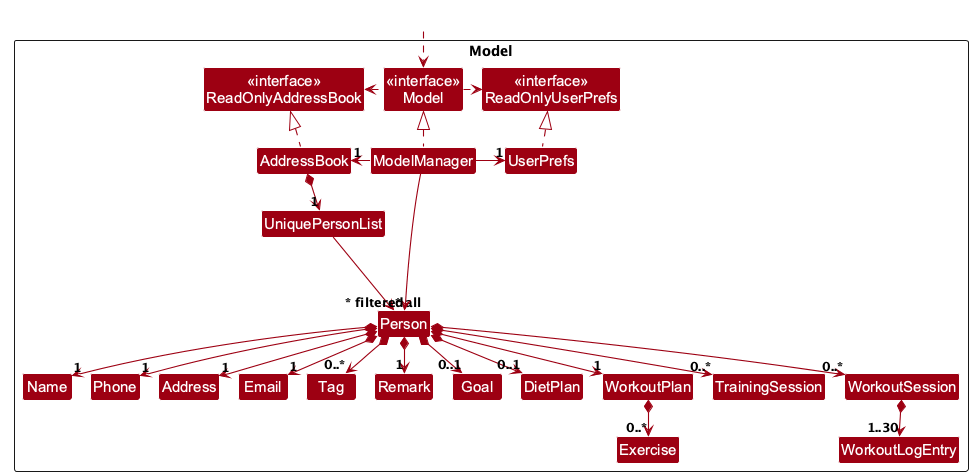
This is docs/images/ModelClassDiagram.png from AY2627S1-CS2103T-T14-1/tp, a PlantUML export, as it was before one commit. Source of this version:
```plantuml
@startuml
!pragma layout smetana
!include style.puml
skinparam arrowThickness 1.1
skinparam arrowColor MODEL_COLOR
skinparam classBackgroundColor MODEL_COLOR

Package Model as ModelPackage <<Rectangle>>{
Class "<<interface>>\nReadOnlyAddressBook" as ReadOnlyAddressBook
Class "<<interface>>\nReadOnlyUserPrefs" as ReadOnlyUserPrefs
Class "<<interface>>\nModel" as Model
Class AddressBook
Class ModelManager
Class UserPrefs

Class UniquePersonList
Class Person
Class Address
Class Email
Class Name
Class Phone
Class Tag
Class Remark
Class Goal
Class DietPlan
Class WorkoutPlan
Class Exercise
Class TrainingSession
Class WorkoutSession
Class WorkoutLogEntry

Class I #FFFFFF
}

Class HiddenOutside #FFFFFF
HiddenOutside ..> Model

AddressBook .up.|> ReadOnlyAddressBook

ModelManager .up.|> Model
Model .right.> ReadOnlyUserPrefs
Model .left.> ReadOnlyAddressBook
ModelManager -left-> "1" AddressBook
ModelManager -right-> "1" UserPrefs
UserPrefs .up.|> ReadOnlyUserPrefs

AddressBook *--> "1" UniquePersonList
UniquePersonList --> "~* all" Person
Person *--> "1" Name
Person *--> "1" Phone
Person *--> "1" Email
Person *--> "1" Address
Person *--> "1" Remark
Person *--> "0..1" Goal
Person *--> "0..1" DietPlan
Person *--> "1" WorkoutPlan
Person *--> "0..*" TrainingSession
Person *--> "0..*" WorkoutSession
Person *--> "0..*" Tag
WorkoutPlan *--> "0..*" Exercise
WorkoutSession *--> "1..30" WorkoutLogEntry

Person -[hidden]up--> I
UniquePersonList -[hidden]right-> I

Name -[hidden]right-> Phone
Phone -[hidden]right-> Address
Address -[hidden]right-> Email

ModelManager --> "~* filtered" Person
@enduml
```
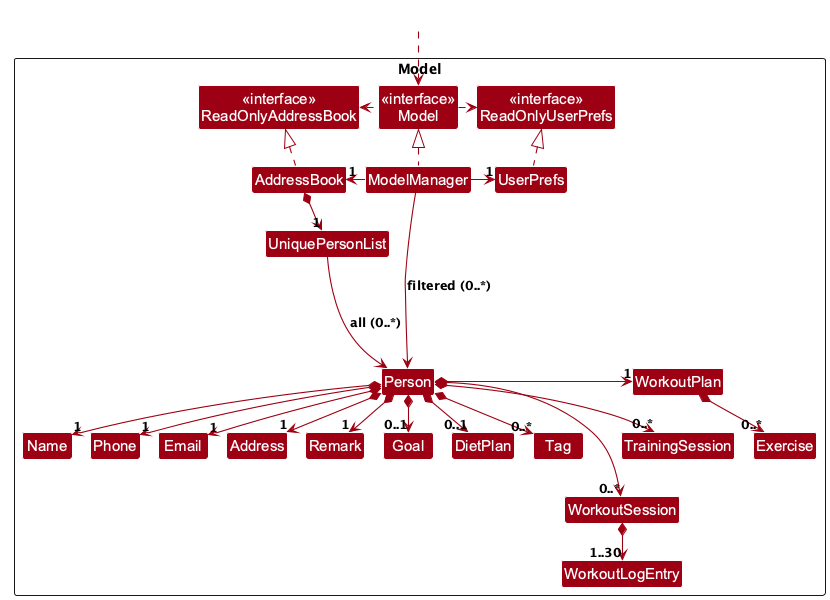
The same diagram one commit later.

Commit message:
Improve model diagram layout and separate association labels

What changed in the source:
```diff
@@ -45,18 +45,18 @@
 UserPrefs .up.|> ReadOnlyUserPrefs
 
 AddressBook *--> "1" UniquePersonList
-UniquePersonList --> "~* all" Person
-Person *--> "1" Name
-Person *--> "1" Phone
-Person *--> "1" Email
-Person *--> "1" Address
-Person *--> "1" Remark
-Person *--> "0..1" Goal
-Person *--> "0..1" DietPlan
-Person *--> "1" WorkoutPlan
-Person *--> "0..*" TrainingSession
-Person *--> "0..*" WorkoutSession
-Person *--> "0..*" Tag
+UniquePersonList -down-> Person : all (0..*)
+Person *-down-> "1" Name
+Person *-down-> "1" Phone
+Person *-down-> "1" Email
+Person *-down-> "1" Address
+Person *-down-> "1" Remark
+Person *-down-> "0..1" Goal
+Person *-down-> "0..1" DietPlan
+Person *-down-> "0..*" Tag
+Person *-right-> "1" WorkoutPlan
+Person *-right-> "0..*" TrainingSession
+Person *-right-> "0..*" WorkoutSession
 WorkoutPlan *--> "0..*" Exercise
 WorkoutSession *--> "1..30" WorkoutLogEntry
 
@@ -64,8 +64,14 @@
 UniquePersonList -[hidden]right-> I
 
 Name -[hidden]right-> Phone
-Phone -[hidden]right-> Address
-Address -[hidden]right-> Email
+Phone -[hidden]right-> Email
+Email -[hidden]right-> Address
+Address -[hidden]right-> Remark
+Remark -[hidden]right-> Goal
+Goal -[hidden]right-> DietPlan
+DietPlan -[hidden]right-> Tag
+WorkoutPlan -[hidden]down-> TrainingSession
+TrainingSession -[hidden]down-> WorkoutSession
 
-ModelManager --> "~* filtered" Person
+ModelManager -down-> Person : filtered (0..*)
 @enduml
```
